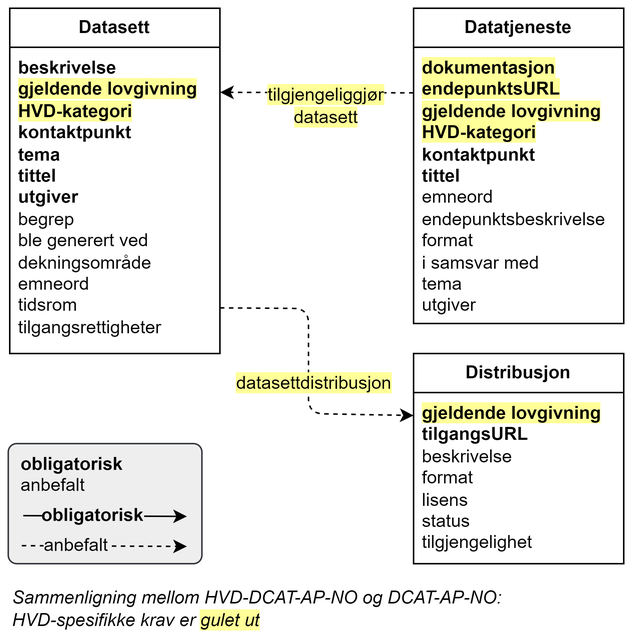
Earlier version of the draw.io export docs/images/HVD-DCAT-AP-NO-forenklet-fremstilling.png (Informasjonsforvaltning/hvd-dcat-ap-no). Source tidied: cells renumbered, new cells last; positions are measured from the earlier drawing's top-left corner, leaving out a move shared by most shapes.
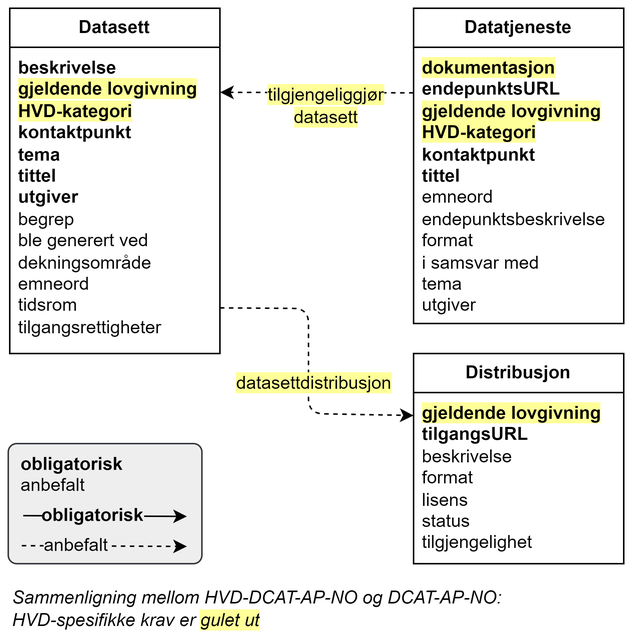
Above is the later version.

Commit message:
Justering Forenklet fremstilling

What changed in the source:
```diff
@@ -11,7 +11,7 @@
     <mxCell id="4" value="&lt;b&gt;Datatjeneste&lt;/b&gt;" style="swimlane;fontStyle=0;horizontal=1;startSize=26;fillColor=none;whiteSpace=wrap;html=1;" parent="1" vertex="1">
       <mxGeometry x="270" width="140" height="210" as="geometry" />
     </mxCell>
-    <mxCell id="5" value="&lt;div style=&quot;&quot;&gt;&lt;b style=&quot;background-color: rgb(255, 255, 153);&quot;&gt;dokumentasjon&lt;/b&gt;&lt;/div&gt;&lt;div style=&quot;&quot;&gt;&lt;b style=&quot;background-color: rgb(255, 255, 153);&quot;&gt;endepunktsURL&lt;/b&gt;&lt;/div&gt;&lt;div style=&quot;&quot;&gt;&lt;b style=&quot;background-color: rgb(255, 255, 153);&quot;&gt;gjeldende lovgivning&lt;/b&gt;&lt;/div&gt;&lt;div&gt;&lt;b style=&quot;background-color: rgb(255, 255, 153);&quot;&gt;HVD-kategori&lt;/b&gt;&lt;/div&gt;&lt;div&gt;&lt;b style=&quot;&quot;&gt;kontaktpunkt&lt;/b&gt;&lt;/div&gt;&lt;div style=&quot;&quot;&gt;&lt;span style=&quot;background-color: rgb(255, 255, 255);&quot;&gt;&lt;b&gt;tittel&lt;/b&gt;&lt;/span&gt;&lt;/div&gt;&lt;div style=&quot;&quot;&gt;&lt;span style=&quot;background-color: rgb(255, 255, 255);&quot;&gt;emneord&lt;/span&gt;&lt;br&gt;&lt;/div&gt;&lt;div style=&quot;&quot;&gt;&lt;span style=&quot;background-color: rgb(255, 255, 255);&quot;&gt;endepunktsbeskrivelse&lt;/span&gt;&lt;/div&gt;&lt;div style=&quot;&quot;&gt;&lt;span style=&quot;background-color: rgb(255, 255, 255);&quot;&gt;format&lt;/span&gt;&lt;/div&gt;&lt;div style=&quot;&quot;&gt;&lt;span style=&quot;background-color: rgb(255, 255, 255);&quot;&gt;i samsvar med&lt;/span&gt;&lt;/div&gt;&lt;div style=&quot;&quot;&gt;&lt;span style=&quot;background-color: rgb(255, 255, 255);&quot;&gt;tema&lt;/span&gt;&lt;/div&gt;&lt;div style=&quot;&quot;&gt;&lt;span style=&quot;background-color: rgb(255, 255, 255);&quot;&gt;utgiver&lt;/span&gt;&lt;/div&gt;" style="text;strokeColor=none;fillColor=none;align=left;verticalAlign=top;spacingLeft=4;spacingRight=4;overflow=hidden;points=[[0,0.5],[1,0.5]];portConstraint=eastwest;whiteSpace=wrap;html=1;" parent="4" vertex="1">
+    <mxCell id="5" value="&lt;div style=&quot;&quot;&gt;&lt;b style=&quot;background-color: rgb(255, 255, 153);&quot;&gt;dokumentasjon&lt;/b&gt;&lt;/div&gt;&lt;div style=&quot;&quot;&gt;&lt;b style=&quot;&quot;&gt;endepunktsURL&lt;/b&gt;&lt;/div&gt;&lt;div style=&quot;&quot;&gt;&lt;b style=&quot;background-color: rgb(255, 255, 153);&quot;&gt;gjeldende lovgivning&lt;/b&gt;&lt;/div&gt;&lt;div&gt;&lt;b style=&quot;background-color: rgb(255, 255, 153);&quot;&gt;HVD-kategori&lt;/b&gt;&lt;/div&gt;&lt;div&gt;&lt;b style=&quot;&quot;&gt;kontaktpunkt&lt;/b&gt;&lt;/div&gt;&lt;div style=&quot;&quot;&gt;&lt;span style=&quot;background-color: rgb(255, 255, 255);&quot;&gt;&lt;b&gt;tittel&lt;/b&gt;&lt;/span&gt;&lt;/div&gt;&lt;div style=&quot;&quot;&gt;&lt;span style=&quot;background-color: rgb(255, 255, 255);&quot;&gt;emneord&lt;/span&gt;&lt;br&gt;&lt;/div&gt;&lt;div style=&quot;&quot;&gt;&lt;span style=&quot;background-color: rgb(255, 255, 255);&quot;&gt;endepunktsbeskrivelse&lt;/span&gt;&lt;/div&gt;&lt;div style=&quot;&quot;&gt;&lt;span style=&quot;background-color: rgb(255, 255, 255);&quot;&gt;format&lt;/span&gt;&lt;/div&gt;&lt;div style=&quot;&quot;&gt;&lt;span style=&quot;background-color: rgb(255, 255, 255);&quot;&gt;i samsvar med&lt;/span&gt;&lt;/div&gt;&lt;div style=&quot;&quot;&gt;&lt;span style=&quot;background-color: rgb(255, 255, 255);&quot;&gt;tema&lt;/span&gt;&lt;/div&gt;&lt;div style=&quot;&quot;&gt;&lt;span style=&quot;background-color: rgb(255, 255, 255);&quot;&gt;utgiver&lt;/span&gt;&lt;/div&gt;" style="text;strokeColor=none;fillColor=none;align=left;verticalAlign=top;spacingLeft=4;spacingRight=4;overflow=hidden;points=[[0,0.5],[1,0.5]];portConstraint=eastwest;whiteSpace=wrap;html=1;" parent="4" vertex="1">
       <mxGeometry y="26" width="140" height="184" as="geometry" />
     </mxCell>
     <mxCell id="6" value="&lt;b&gt;Distribusjon&lt;/b&gt;" style="swimlane;fontStyle=0;horizontal=1;startSize=26;fillColor=none;whiteSpace=wrap;html=1;" parent="1" vertex="1">
```
